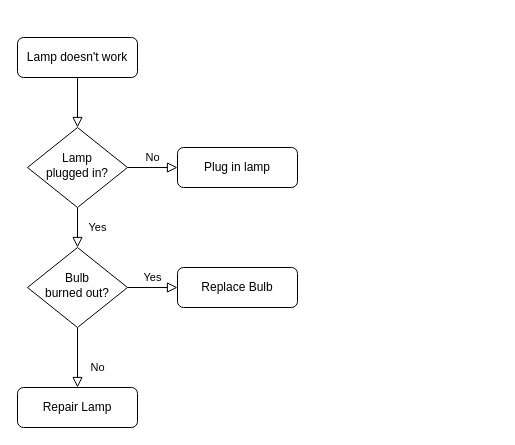
Earlier version of the draw.io diagram Диаграмма без названия.drawio (Lanfrena/my_file). Source tidied: cells renumbered, new cells numbered last; positions are measured from the earlier drawing's top-left corner, leaving out a move shared by most shapes. Both pictures are drawn from the tidied source at 100%, with x=0, y=0 at pixel (17, 37).
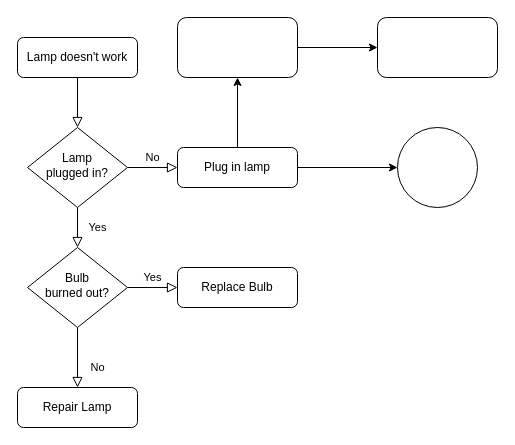
After the change.

Change to the diagram source:
```diff
@@
 <mxGraphModel>
   <root>
     <mxCell id="0" />
     <mxCell id="1" parent="0" />
     <mxCell id="2" style="rounded=0;html=1;jettySize=auto;fontSize=11;endArrow=block;endFill=0;endSize=8;strokeWidth=1;shadow=0;labelBackgroundColor=none;edgeStyle=orthogonalEdgeStyle;" parent="1" edge="1" source="3" target="6">
       <mxGeometry relative="1" as="geometry" />
     </mxCell>
     <mxCell id="3" value="Lamp doesn't work" style="rounded=1;whiteSpace=wrap;html=1;fontSize=12;glass=0;strokeWidth=1;shadow=0;" parent="1" vertex="1">
       <mxGeometry width="120" height="40" as="geometry" />
     </mxCell>
     <mxCell id="4" value="Yes" style="rounded=0;html=1;jettySize=auto;fontSize=11;endArrow=block;endFill=0;endSize=8;strokeWidth=1;shadow=0;labelBackgroundColor=none;edgeStyle=orthogonalEdgeStyle;" parent="1" edge="1" source="6" target="10">
       <mxGeometry y="20" relative="1" as="geometry" />
     </mxCell>
     <mxCell id="5" value="No" style="edgeStyle=orthogonalEdgeStyle;rounded=0;html=1;jettySize=auto;fontSize=11;endArrow=block;endFill=0;endSize=8;strokeWidth=1;shadow=0;labelBackgroundColor=none;" parent="1" edge="1" source="6" target="7">
       <mxGeometry y="10" relative="1" as="geometry" />
     </mxCell>
     <mxCell id="6" value="Lamp&lt;br&gt;plugged in?" style="rhombus;whiteSpace=wrap;html=1;shadow=0;fontFamily=Helvetica;fontSize=12;align=center;strokeWidth=1;spacing=6;spacingTop=-4;" parent="1" vertex="1">
       <mxGeometry x="10" y="90" width="100" height="80" as="geometry" />
     </mxCell>
+    <mxCell id="13" style="edgeStyle=orthogonalEdgeStyle;rounded=0;jettySize=auto;html=1;" parent="1" edge="1" source="7" target="15">
+      <mxGeometry relative="1" as="geometry" />
+    </mxCell>
+    <mxCell id="14" style="edgeStyle=orthogonalEdgeStyle;rounded=0;jettySize=auto;html=1;" parent="1" edge="1" source="7" target="17">
+      <mxGeometry relative="1" as="geometry" />
+    </mxCell>
     <mxCell id="7" value="Plug in lamp" style="rounded=1;whiteSpace=wrap;html=1;fontSize=12;glass=0;strokeWidth=1;shadow=0;" parent="1" vertex="1">
       <mxGeometry x="160" y="110" width="120" height="40" as="geometry" />
     </mxCell>
     <mxCell id="8" value="No" style="rounded=0;html=1;jettySize=auto;fontSize=11;endArrow=block;endFill=0;endSize=8;strokeWidth=1;shadow=0;labelBackgroundColor=none;edgeStyle=orthogonalEdgeStyle;" parent="1" edge="1" source="10" target="11">
       <mxGeometry x="0.33" y="20" relative="1" as="geometry" />
     </mxCell>
     <mxCell id="9" value="Yes" style="edgeStyle=orthogonalEdgeStyle;rounded=0;html=1;jettySize=auto;fontSize=11;endArrow=block;endFill=0;endSize=8;strokeWidth=1;shadow=0;labelBackgroundColor=none;" parent="1" edge="1" source="10" target="12">
       <mxGeometry y="10" relative="1" as="geometry" />
     </mxCell>
     <mxCell id="10" value="Bulb&lt;br&gt;burned out?" style="rhombus;whiteSpace=wrap;html=1;shadow=0;fontFamily=Helvetica;fontSize=12;align=center;strokeWidth=1;spacing=6;spacingTop=-4;" parent="1" vertex="1">
       <mxGeometry x="10" y="210" width="100" height="80" as="geometry" />
     </mxCell>
     <mxCell id="11" value="Repair Lamp" style="rounded=1;whiteSpace=wrap;html=1;fontSize=12;glass=0;strokeWidth=1;shadow=0;" parent="1" vertex="1">
       <mxGeometry y="350" width="120" height="40" as="geometry" />
     </mxCell>
     <mxCell id="12" value="Replace Bulb" style="rounded=1;whiteSpace=wrap;html=1;fontSize=12;glass=0;strokeWidth=1;shadow=0;" parent="1" vertex="1">
       <mxGeometry x="160" y="230" width="120" height="40" as="geometry" />
     </mxCell>
+    <mxCell id="15" style="ellipse;whiteSpace=wrap;html=1;rounded=1;glass=0;strokeWidth=1;shadow=0;" parent="1" vertex="1">
+      <mxGeometry x="380" y="90" width="80" height="80" as="geometry" />
+    </mxCell>
+    <mxCell id="16" style="edgeStyle=orthogonalEdgeStyle;rounded=0;jettySize=auto;html=1;" parent="1" edge="1" source="17" target="18">
+      <mxGeometry relative="1" as="geometry" />
+    </mxCell>
+    <mxCell id="17" style="whiteSpace=wrap;html=1;rounded=1;glass=0;strokeWidth=1;shadow=0;" parent="1" vertex="1">
+      <mxGeometry x="160" y="-20" width="120" height="60" as="geometry" />
+    </mxCell>
+    <mxCell id="18" style="whiteSpace=wrap;html=1;rounded=1;glass=0;strokeWidth=1;shadow=0;" parent="1" vertex="1">
+      <mxGeometry x="360" y="-20" width="120" height="60" as="geometry" />
+    </mxCell>
   </root>
 </mxGraphModel>
```
